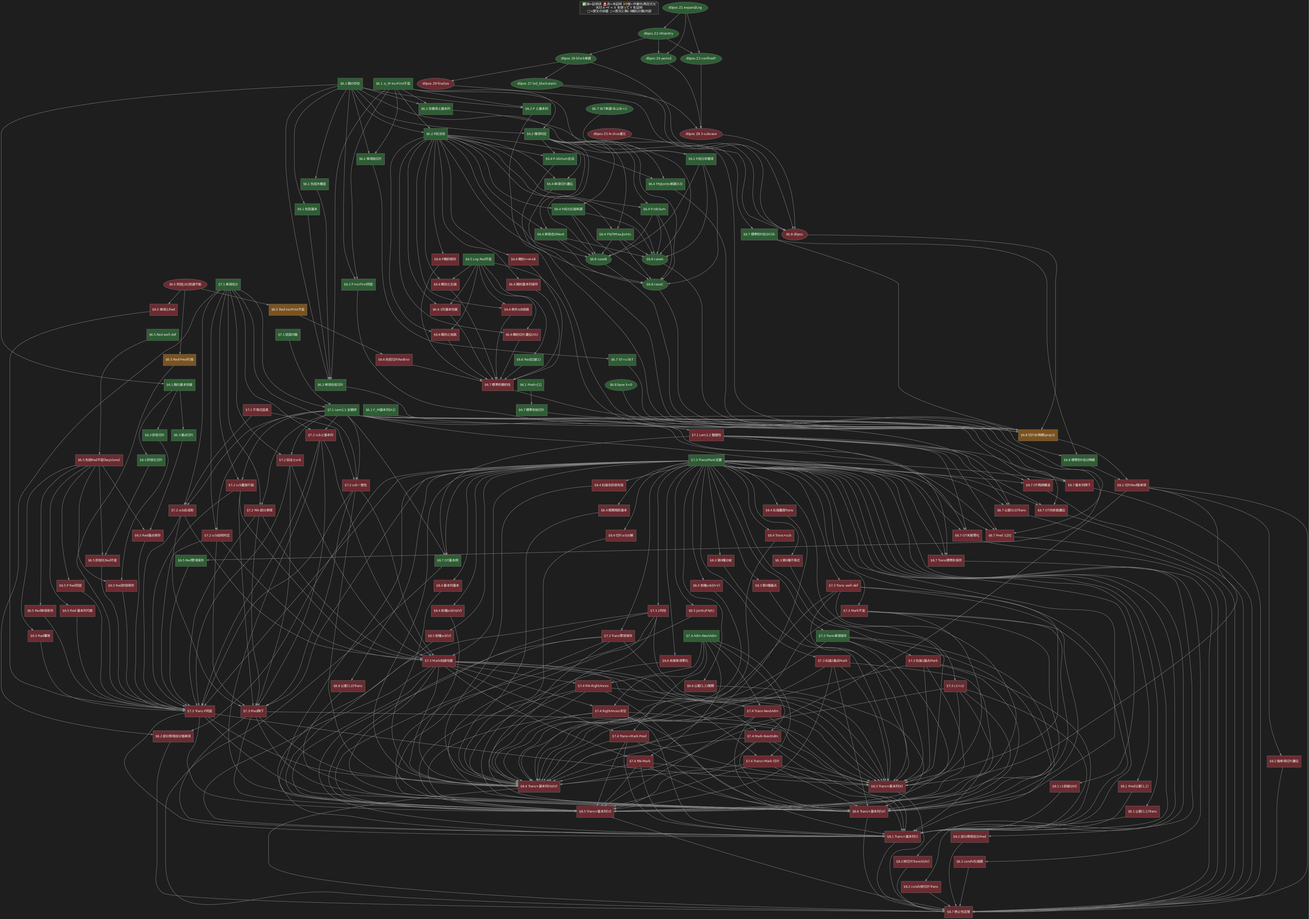
koteitan/pss-proof keeps this Graphviz diagram as dag.png. Above is the earlier version. Its source is kept beside it as dag.dot.
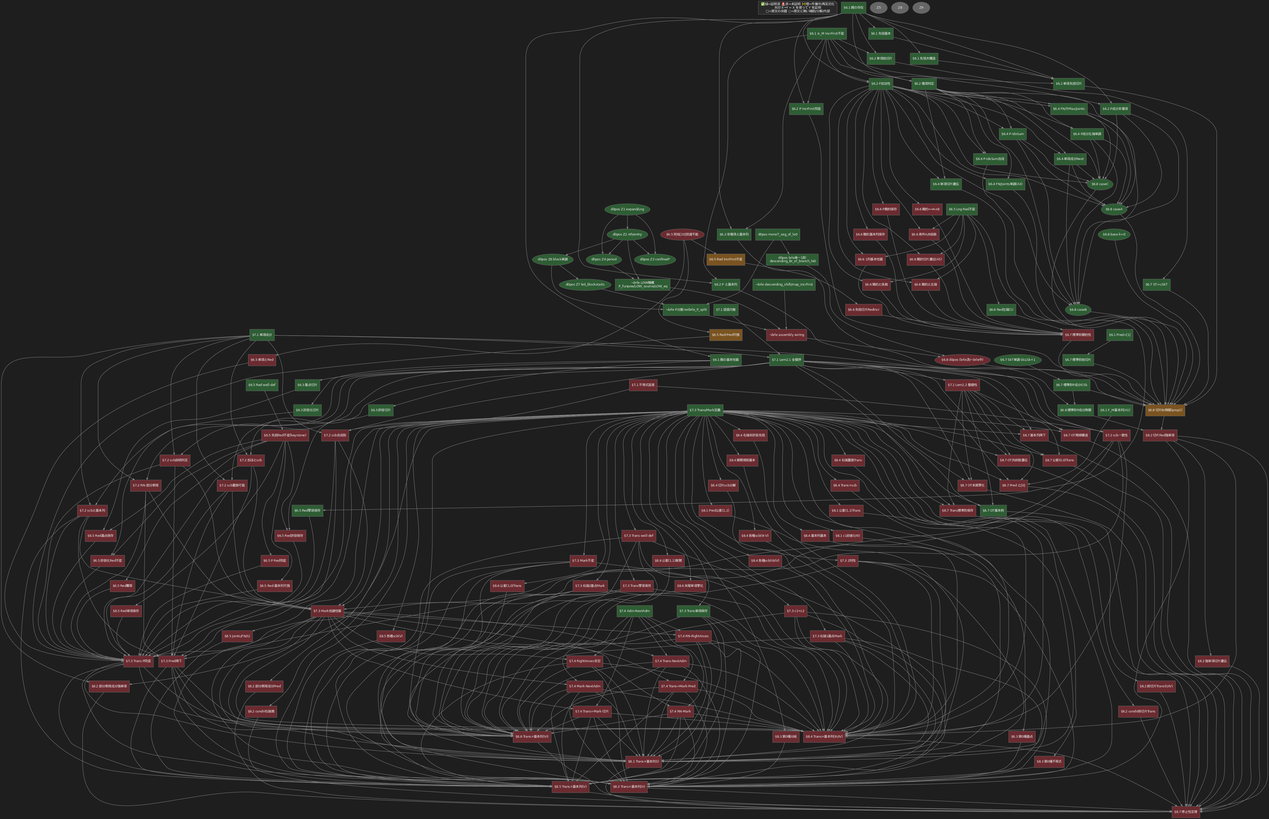
After the change.

Commit message:
Update task.md §6.8 + DAG to current d0pos state (brle proven / ¬brle wiring)

Diff of the diagram source:
```diff
@@ -109,18 +109,22 @@
     c_A [label="§6.8 caseA", fillcolor="#2e5d34"];
     c_B [label="§6.8 caseB", fillcolor="#2e5d34"];
     c_C [label="§6.8 caseC", fillcolor="#2e5d34"];
-    c_d0pos [label="§6.8 d0pos", fillcolor="#6b2b30"];
+    c_d0pos [label="§6.8 d0pos (brle済/¬brle中)", fillcolor="#6b2b30"];
 
-  /* d0pos infra Z1-Z9 */
+  /* d0pos infra Z1-Z7 (oper_d1pos_* helpers, all green) */
     Z1 [label="d0pos Z1 expand/Lng", fillcolor="#2e5d34"];
     Z2 [label="d0pos Z2 nth/entry", fillcolor="#2e5d34"];
     Z3 [label="d0pos Z3 confined*", fillcolor="#2e5d34"];
     Z4 [label="d0pos Z4 period", fillcolor="#2e5d34"];
-    Z5 [label="d0pos Z5 N-slice還元", fillcolor="#6b2b30"];
     Z6 [label="d0pos Z6 block単調", fillcolor="#2e5d34"];
     Z7 [label="d0pos Z7 le0_blockstarts", fillcolor="#2e5d34"];
-    Z8 [label="d0pos Z8 3-subcase", fillcolor="#6b2b30"];
-    Z9 [label="d0pos Z9 finalize", fillcolor="#6b2b30"];
+  /* d0pos closure: brle (single-comp) PROVEN; ¬brle (multi) bricks green + wiring pending */
+    d_brle [label="d0pos brle単一(済)\n descending_Br_of_branch_le0", fillcolor="#2e5d34"];
+    d_mono [label="d0pos monoT_seg_of_le0", fillcolor="#2e5d34"];
+    d_split [label="¬brle P分割 notbrle_P_split", fillcolor="#2e5d34"];
+    d_low [label="¬brle LOW機構\n P_funpow/LOW_source/LOW_eq", fillcolor="#2e5d34"];
+    d_dapp [label="¬brle descending_shift/map_IncrFirst", fillcolor="#2e5d34"];
+    d_wire [label="¬brle assembly wiring", fillcolor="#6b2b30"];
 
   /* ===================== §6.7 標準形 ===================== */
     p67_un [label="§6.7 ST=∪SkT", fillcolor="#2e5d34"];
@@ -200,9 +204,11 @@
   {c_base c_A c_B c_C c_d0pos} -> p68_p1;
   {p62_Padd p62_Pnm p62_crit p64_idx p64_next p64_ftj p64_lend} -> {c_A c_B c_C};
   p67_Pc -> p68_p1;
-  {Z5 Z6 Z7 Z8 Z9} -> c_d0pos;
-  Z1 -> Z2; Z2 -> Z3; Z2 -> Z4; Z1 -> Z3; Z1 -> Z4;
-  Z2 -> Z6; Z6 -> Z7; Z7 -> Z8; Z3 -> Z8; Z4 -> Z8; Z6 -> Z9;
+  {d_brle d_wire} -> c_d0pos;
+  d_mono -> d_brle;
+  {d_split d_low d_dapp} -> d_wire;
+  Z1 -> Z2; Z2 -> Z3; Z2 -> Z4; Z1 -> Z3; Z1 -> Z4; Z2 -> Z6; Z6 -> Z7;
+  {Z2 Z4} -> d_low; d_mono -> d_split; {Z6 Z7} -> d_split;
   p67_Pc -> p68_p2; p62_Pop -> p68_p2;
   SkTmono -> p67_Pc;
 
```
